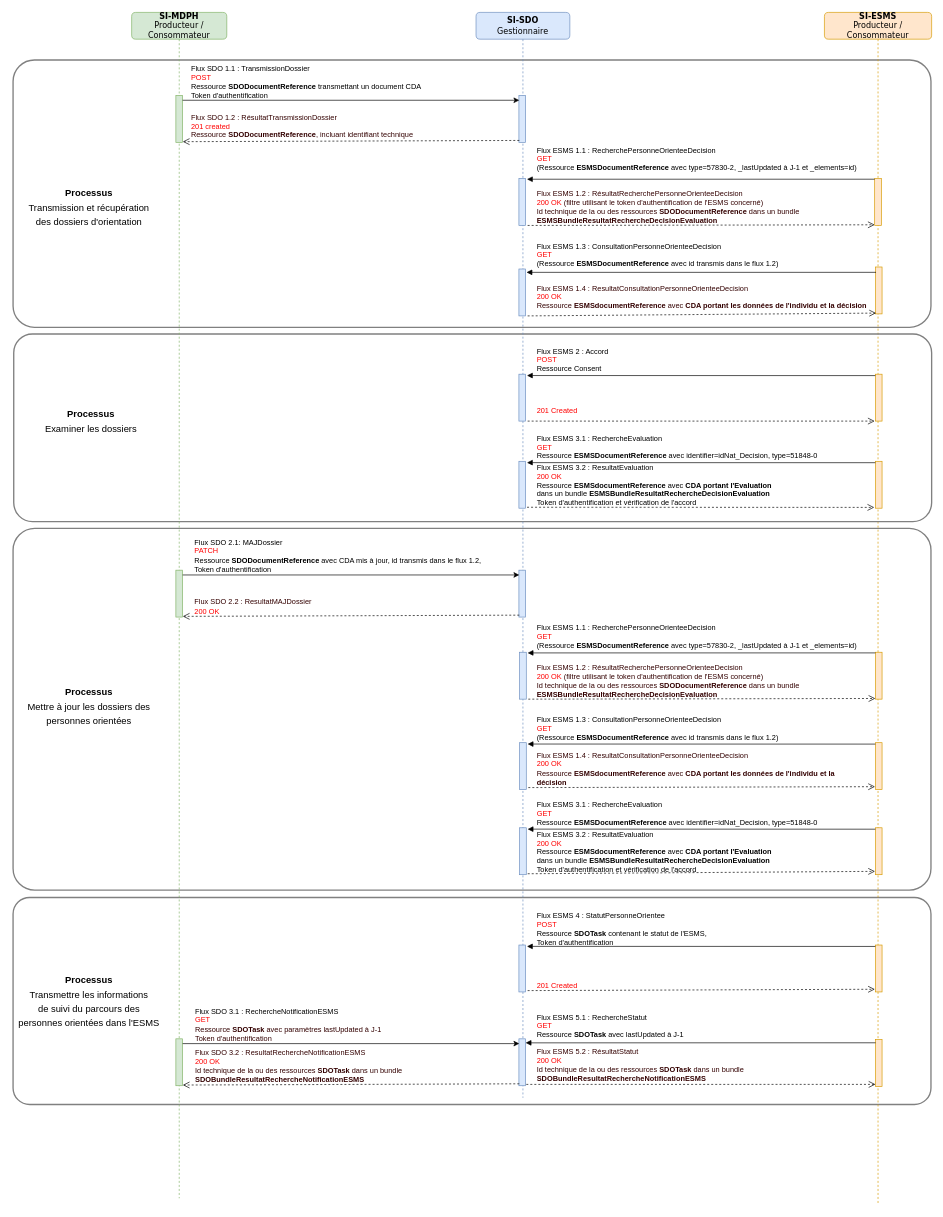
ansforge/IG-fhir-medicosocial-suivi-decisions-orientation keeps this draw.io diagram as input/images/20240124_DiagrammeSequence_Global.drawio. Above is the earlier version. Source tidied: cells renumbered, new cells numbered last; positions are measured from the earlier drawing's top-left corner, leaving out a move shared by most shapes. Both pictures are drawn from the tidied source at 67%, with x=0, y=0 at pixel (11, 12).
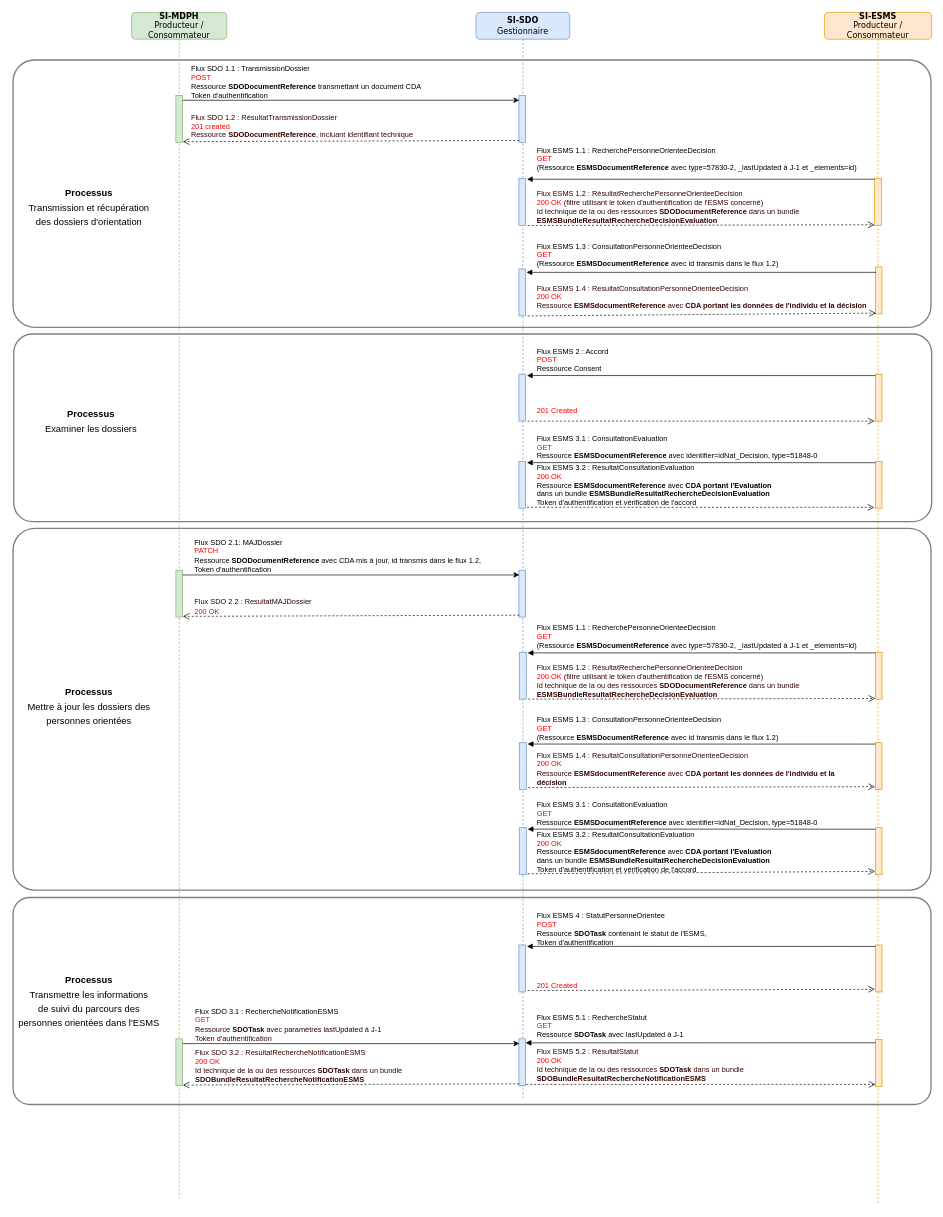
Above is the later version.

The edit, as a diff of the source:
```diff
@@
-    <mxCell id="53" value="&lt;div style=&quot;&quot;&gt;&lt;span style=&quot;color: rgb(0, 0, 0);&quot;&gt;Flux ESMS 3.1 : RechercheEvaluation&lt;/span&gt;&lt;/div&gt;&lt;div style=&quot;&quot;&gt;&lt;font style=&quot;&quot; color=&quot;#ff0000&quot;&gt;GET&lt;/font&gt;&lt;/div&gt;&lt;div style=&quot;color: rgb(0, 0, 0);&quot;&gt;Ressource &lt;b&gt;ESMSDocumentReference &lt;/b&gt;avec identifier=idNat_Decision, type=51848-0&lt;br&gt;&lt;/div&gt;" style="text;html=1;align=left;verticalAlign=middle;strokeColor=none;fillColor=none;fontSize=11;fontFamily=Helvetica;fontColor=#330000;" parent="1" vertex="1">
+    <mxCell id="53" value="&lt;div style=&quot;&quot;&gt;&lt;span style=&quot;color: rgb(0, 0, 0);&quot;&gt;Flux ESMS 3.1 : ConsultationEvaluation&lt;/span&gt;&lt;/div&gt;&lt;div style=&quot;&quot;&gt;&lt;font style=&quot;&quot; color=&quot;#ff0000&quot;&gt;GET&lt;/font&gt;&lt;/div&gt;&lt;div style=&quot;color: rgb(0, 0, 0);&quot;&gt;Ressource &lt;b&gt;ESMSDocumentReference &lt;/b&gt;avec identifier=idNat_Decision, type=51848-0&lt;br&gt;&lt;/div&gt;" style="text;html=1;align=left;verticalAlign=middle;strokeColor=none;fillColor=none;fontSize=11;fontFamily=Helvetica;fontColor=#330000;" parent="1" vertex="1">
       <mxGeometry x="782" y="624" width="440" height="50" as="geometry" />
     </mxCell>
-    <mxCell id="54" value="&lt;div style=&quot;&quot;&gt;&lt;font style=&quot;&quot; color=&quot;#000000&quot;&gt;Flux ESMS 3.2 : ResultatEvaluation&lt;/font&gt;&lt;/div&gt;&lt;div style=&quot;&quot;&gt;200 OK&lt;/div&gt;&lt;div style=&quot;&quot;&gt;&lt;font color=&quot;#000000&quot;&gt;Ressource &lt;b&gt;ESMSdocumentReference &lt;/b&gt;avec&lt;b&gt; CDA portant l'Evaluation&amp;nbsp;&lt;/b&gt;&lt;/font&gt;&lt;/div&gt;&lt;div style=&quot;&quot;&gt;&lt;font color=&quot;#000000&quot;&gt;dans un bundle&amp;nbsp;&lt;b&gt;ESMSBundleResultatRechercheDecisionEvaluation&lt;/b&gt;&lt;/font&gt;&lt;/div&gt;&lt;div style=&quot;&quot;&gt;&lt;font style=&quot;&quot; color=&quot;#000000&quot;&gt;Token d'authentification et vérification de l'accord&lt;/font&gt;&lt;/div&gt;" style="text;html=1;align=left;verticalAlign=middle;strokeColor=none;fillColor=none;fontSize=11;fontFamily=Helvetica;fontColor=#FF0000;" parent="1" vertex="1">
+    <mxCell id="54" value="&lt;div style=&quot;&quot;&gt;&lt;font style=&quot;&quot; color=&quot;#000000&quot;&gt;Flux ESMS 3.2 : ResultatConsultationEvaluation&lt;/font&gt;&lt;/div&gt;&lt;div style=&quot;&quot;&gt;200 OK&lt;/div&gt;&lt;div style=&quot;&quot;&gt;&lt;font color=&quot;#000000&quot;&gt;Ressource &lt;b&gt;ESMSdocumentReference &lt;/b&gt;avec&lt;b&gt; CDA portant l'Evaluation&amp;nbsp;&lt;/b&gt;&lt;/font&gt;&lt;/div&gt;&lt;div style=&quot;&quot;&gt;&lt;font color=&quot;#000000&quot;&gt;dans un bundle&amp;nbsp;&lt;b&gt;ESMSBundleResultatRechercheDecisionEvaluation&lt;/b&gt;&lt;/font&gt;&lt;/div&gt;&lt;div style=&quot;&quot;&gt;&lt;font style=&quot;&quot; color=&quot;#000000&quot;&gt;Token d'authentification et vérification de l'accord&lt;/font&gt;&lt;/div&gt;" style="text;html=1;align=left;verticalAlign=middle;strokeColor=none;fillColor=none;fontSize=11;fontFamily=Helvetica;fontColor=#FF0000;" parent="1" vertex="1">
       <mxGeometry x="782" y="666" width="380" height="80" as="geometry" />
     </mxCell>
@@
-    <mxCell id="81" value="&lt;div style=&quot;&quot;&gt;&lt;span style=&quot;color: rgb(0, 0, 0);&quot;&gt;Flux ESMS 3.1 : RechercheEvaluation&lt;/span&gt;&lt;/div&gt;&lt;div style=&quot;&quot;&gt;&lt;font style=&quot;&quot; color=&quot;#ff0000&quot;&gt;GET&lt;/font&gt;&lt;/div&gt;&lt;div style=&quot;color: rgb(0, 0, 0);&quot;&gt;Ressource &lt;b&gt;ESMSDocumentReference &lt;/b&gt;avec identifier=idNat_Decision, type=51848-0&lt;br&gt;&lt;/div&gt;" style="text;html=1;align=left;verticalAlign=middle;strokeColor=none;fillColor=none;fontSize=11;fontFamily=Helvetica;fontColor=#330000;" parent="1" vertex="1">
+    <mxCell id="81" value="&lt;div style=&quot;&quot;&gt;&lt;span style=&quot;color: rgb(0, 0, 0);&quot;&gt;Flux ESMS 3.1 : ConsultationEvaluation&lt;/span&gt;&lt;/div&gt;&lt;div style=&quot;&quot;&gt;&lt;font style=&quot;&quot; color=&quot;#ff0000&quot;&gt;GET&lt;/font&gt;&lt;/div&gt;&lt;div style=&quot;color: rgb(0, 0, 0);&quot;&gt;Ressource &lt;b&gt;ESMSDocumentReference &lt;/b&gt;avec identifier=idNat_Decision, type=51848-0&lt;br&gt;&lt;/div&gt;" style="text;html=1;align=left;verticalAlign=middle;strokeColor=none;fillColor=none;fontSize=11;fontFamily=Helvetica;fontColor=#330000;" parent="1" vertex="1">
       <mxGeometry x="782" y="1171" width="440" height="50" as="geometry" />
     </mxCell>
-    <mxCell id="82" value="&lt;div style=&quot;&quot;&gt;&lt;font style=&quot;&quot; color=&quot;#000000&quot;&gt;Flux ESMS 3.2 : ResultatEvaluation&lt;/font&gt;&lt;/div&gt;&lt;div style=&quot;&quot;&gt;200 OK&lt;/div&gt;&lt;div style=&quot;&quot;&gt;&lt;font color=&quot;#000000&quot;&gt;Ressource &lt;b&gt;ESMSdocumentReference &lt;/b&gt;avec&lt;b&gt; CDA portant l'Evaluation&amp;nbsp;&lt;/b&gt;&lt;/font&gt;&lt;/div&gt;&lt;div style=&quot;&quot;&gt;&lt;font color=&quot;#000000&quot;&gt;dans un bundle&amp;nbsp;&lt;b&gt;ESMSBundleResultatRechercheDecisionEvaluation&lt;/b&gt;&lt;/font&gt;&lt;/div&gt;&lt;div style=&quot;&quot;&gt;&lt;font style=&quot;&quot; color=&quot;#000000&quot;&gt;Token d'authentification et vérification de l'accord&lt;/font&gt;&lt;/div&gt;" style="text;html=1;align=left;verticalAlign=middle;strokeColor=none;fillColor=none;fontSize=11;fontFamily=Helvetica;fontColor=#FF0000;" parent="1" vertex="1">
+    <mxCell id="82" value="&lt;div style=&quot;&quot;&gt;&lt;font style=&quot;&quot; color=&quot;#000000&quot;&gt;Flux ESMS 3.2 : ResultatConsultationEvaluation&lt;/font&gt;&lt;/div&gt;&lt;div style=&quot;&quot;&gt;200 OK&lt;/div&gt;&lt;div style=&quot;&quot;&gt;&lt;font color=&quot;#000000&quot;&gt;Ressource &lt;b&gt;ESMSdocumentReference &lt;/b&gt;avec&lt;b&gt; CDA portant l'Evaluation&amp;nbsp;&lt;/b&gt;&lt;/font&gt;&lt;/div&gt;&lt;div style=&quot;&quot;&gt;&lt;font color=&quot;#000000&quot;&gt;dans un bundle&amp;nbsp;&lt;b&gt;ESMSBundleResultatRechercheDecisionEvaluation&lt;/b&gt;&lt;/font&gt;&lt;/div&gt;&lt;div style=&quot;&quot;&gt;&lt;font style=&quot;&quot; color=&quot;#000000&quot;&gt;Token d'authentification et vérification de l'accord&lt;/font&gt;&lt;/div&gt;" style="text;html=1;align=left;verticalAlign=middle;strokeColor=none;fillColor=none;fontSize=11;fontFamily=Helvetica;fontColor=#FF0000;" parent="1" vertex="1">
       <mxGeometry x="782" y="1213" width="380" height="80" as="geometry" />
     </mxCell>
```
